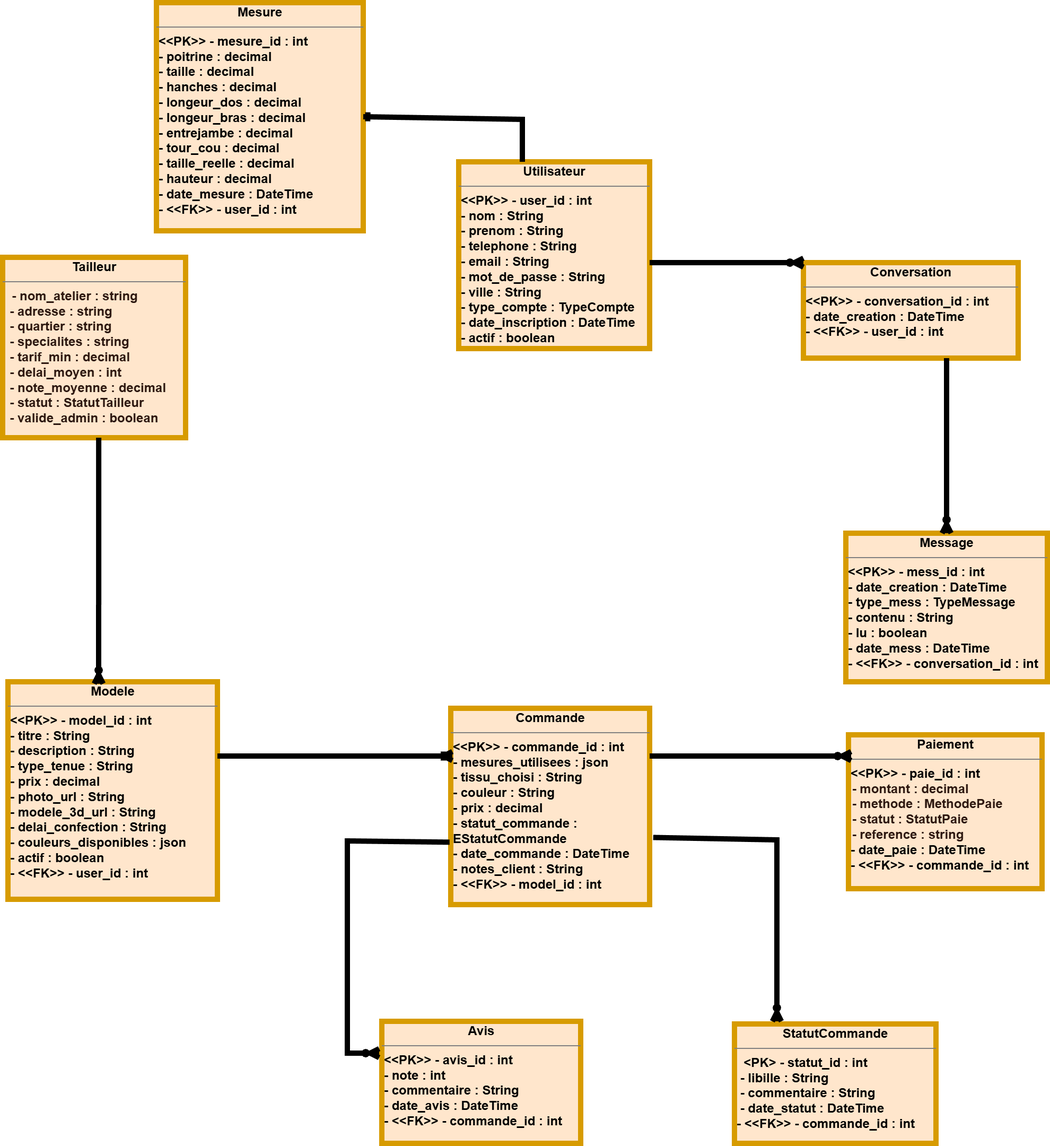
Before: Diagramme_bd.png, a diagram exported from draw.io (Kim-SypherX/Soutenance). Source tidied: cells renumbered, new cells last; positions are measured from the earlier drawing's top-left corner, leaving out a move shared by most shapes.
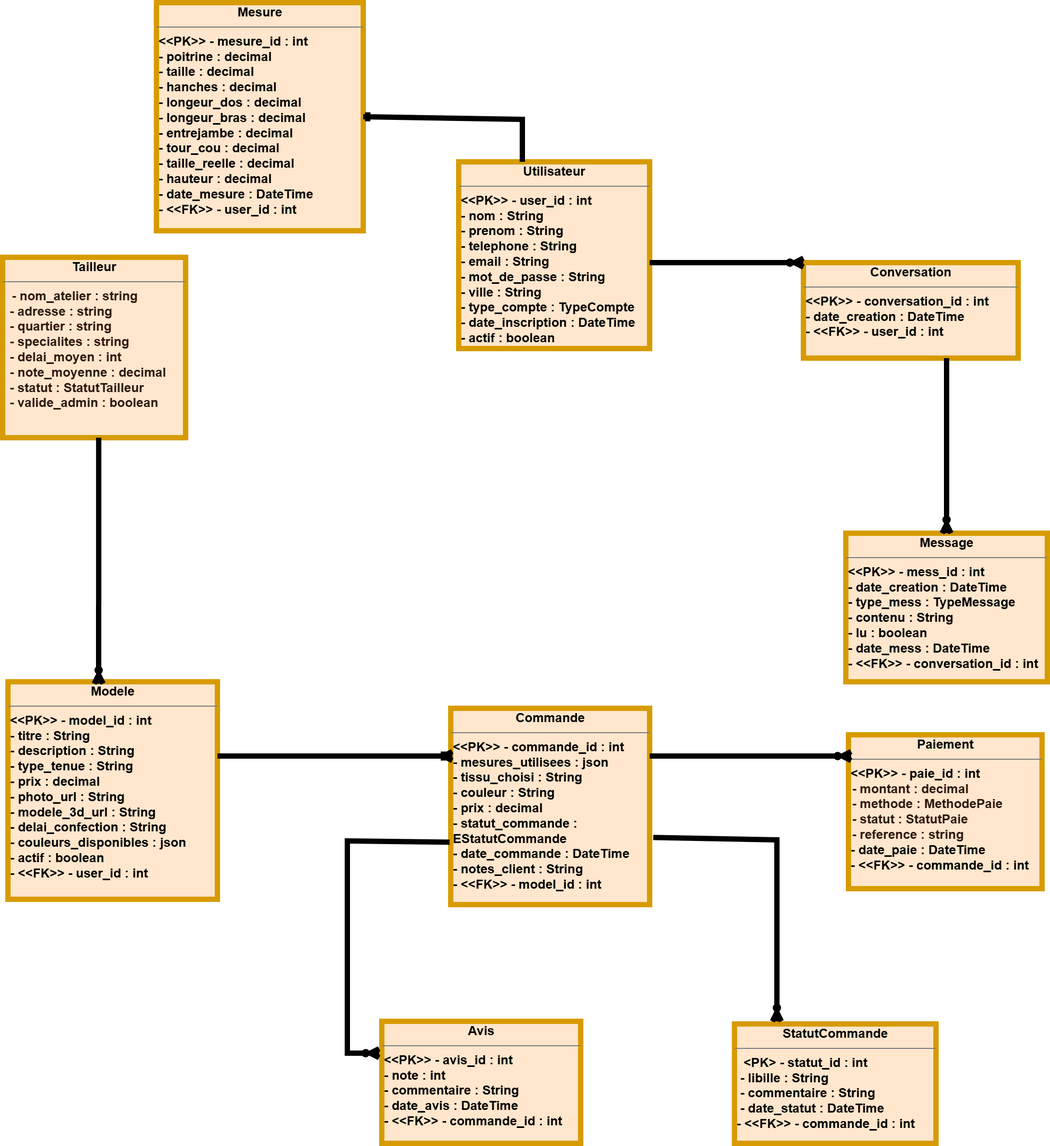
Above is the later version.

What changed in the source:
```diff
@@ -5,7 +5,7 @@
     <mxCell id="2" value="&lt;p style=&quot;margin:0px;margin-top:4px;text-align:center;&quot;&gt;&lt;span&gt;&lt;font&gt;Utilisateur&lt;/font&gt;&lt;/span&gt;&lt;/p&gt;&lt;hr style=&quot;border-style:solid;&quot;&gt;&lt;p style=&quot;margin:0px;margin-left:4px;&quot;&gt;&lt;font&gt;&lt;span&gt;&amp;lt;&amp;lt;PK&amp;gt;&amp;gt; - user_id : int&lt;/span&gt;&lt;/font&gt;&lt;/p&gt;&lt;p style=&quot;margin:0px;margin-left:4px;&quot;&gt;&lt;font&gt;&lt;span&gt;- nom : String&lt;/span&gt;&lt;/font&gt;&lt;/p&gt;&lt;p style=&quot;margin:0px;margin-left:4px;&quot;&gt;&lt;font&gt;&lt;span&gt;- prenom : String&lt;/span&gt;&lt;/font&gt;&lt;/p&gt;&lt;p style=&quot;margin:0px;margin-left:4px;&quot;&gt;&lt;font&gt;&lt;span&gt;- telephone : String&lt;/span&gt;&lt;/font&gt;&lt;/p&gt;&lt;p style=&quot;margin:0px;margin-left:4px;&quot;&gt;&lt;font&gt;&lt;span&gt;- email : String&lt;/span&gt;&lt;/font&gt;&lt;/p&gt;&lt;p style=&quot;margin:0px;margin-left:4px;&quot;&gt;&lt;font&gt;&lt;span&gt;- mot_de_passe : String&lt;/span&gt;&lt;/font&gt;&lt;/p&gt;&lt;p style=&quot;margin:0px;margin-left:4px;&quot;&gt;&lt;font&gt;&lt;span&gt;- ville : String&lt;/span&gt;&lt;/font&gt;&lt;/p&gt;&lt;p style=&quot;margin:0px;margin-left:4px;&quot;&gt;&lt;font&gt;&lt;span&gt;- type_compte : TypeCompte&lt;/span&gt;&lt;/font&gt;&lt;/p&gt;&lt;p style=&quot;margin:0px;margin-left:4px;&quot;&gt;&lt;font&gt;&lt;span&gt;- date_inscription : DateTime&lt;/span&gt;&lt;/font&gt;&lt;/p&gt;&lt;p style=&quot;margin:0px;margin-left:4px;&quot;&gt;&lt;font&gt;&lt;span&gt;- actif : boolean&lt;/span&gt;&lt;/font&gt;&lt;/p&gt;&lt;p style=&quot;margin:0px;margin-left:4px;&quot;&gt;&lt;br&gt;&lt;/p&gt;&lt;p style=&quot;margin:0px;margin-left:4px;&quot;&gt;&lt;font&gt;&lt;span&gt;&lt;br&gt;&lt;/span&gt;&lt;/font&gt;&lt;/p&gt;&lt;p style=&quot;margin:0px;margin-left:4px;&quot;&gt;&lt;br&gt;&lt;/p&gt;" style="verticalAlign=top;align=left;overflow=fill;html=1;whiteSpace=wrap;fillColor=#ffe6cc;strokeColor=#d79b00;fontSize=24;fontStyle=1;strokeWidth=10;" parent="1" vertex="1">
       <mxGeometry x="860" y="300" width="360" height="352" as="geometry" />
     </mxCell>
-    <mxCell id="3" value="&lt;p style=&quot;margin:0px;margin-top:4px;text-align:center;&quot;&gt;&lt;font&gt;&lt;span&gt;Tailleur&lt;/span&gt;&lt;/font&gt;&lt;/p&gt;&lt;hr style=&quot;border-style:solid;&quot;&gt;&lt;p style=&quot;margin:0px;margin-left:4px;&quot;&gt;&lt;span style=&quot;color: rgb(45, 24, 16); text-wrap-mode: nowrap; background-color: transparent;&quot;&gt;&lt;font&gt;&lt;span&gt;&amp;nbsp; - nom_atelier : string&lt;/span&gt;&lt;/font&gt;&lt;/span&gt;&lt;/p&gt;&lt;div&gt;&lt;div xmlns=&quot;http://www.w3.org/1999/xhtml&quot; style=&quot;margin: 0px; padding: 0px; box-sizing: border-box; display: inline-block; white-space: nowrap;&quot;&gt;&lt;span class=&quot;nodeLabel&quot; style=&quot;margin: 0px; padding: 0px; box-sizing: border-box; color: rgb(45, 24, 16);&quot;&gt;&lt;font&gt;&lt;span&gt;&amp;nbsp; - adresse : string&lt;/span&gt;&lt;/font&gt;&lt;/span&gt;&lt;/div&gt;&lt;/div&gt;&lt;div&gt;&lt;div xmlns=&quot;http://www.w3.org/1999/xhtml&quot; style=&quot;margin: 0px; padding: 0px; box-sizing: border-box; display: inline-block; white-space: nowrap;&quot;&gt;&lt;span class=&quot;nodeLabel&quot; style=&quot;margin: 0px; padding: 0px; box-sizing: border-box; color: rgb(45, 24, 16);&quot;&gt;&lt;font&gt;&lt;span&gt;&amp;nbsp; - quartier : string&lt;/span&gt;&lt;/font&gt;&lt;/span&gt;&lt;/div&gt;&lt;/div&gt;&lt;div&gt;&lt;div xmlns=&quot;http://www.w3.org/1999/xhtml&quot; style=&quot;margin: 0px; padding: 0px; box-sizing: border-box; display: inline-block; white-space: nowrap;&quot;&gt;&lt;span class=&quot;nodeLabel&quot; style=&quot;margin: 0px; padding: 0px; box-sizing: border-box; color: rgb(45, 24, 16);&quot;&gt;&lt;font&gt;&lt;span&gt;&amp;nbsp; - specialites : string&lt;/span&gt;&lt;/font&gt;&lt;/span&gt;&lt;/div&gt;&lt;/div&gt;&lt;div&gt;&lt;div xmlns=&quot;http://www.w3.org/1999/xhtml&quot; style=&quot;margin: 0px; padding: 0px; box-sizing: border-box; display: inline-block; white-space: nowrap;&quot;&gt;&lt;span class=&quot;nodeLabel&quot; style=&quot;margin: 0px; padding: 0px; box-sizing: border-box; color: rgb(45, 24, 16);&quot;&gt;&lt;font&gt;&lt;span&gt;&amp;nbsp; - tarif_min : decimal&lt;/span&gt;&lt;/font&gt;&lt;/span&gt;&lt;/div&gt;&lt;/div&gt;&lt;div&gt;&lt;div xmlns=&quot;http://www.w3.org/1999/xhtml&quot; style=&quot;margin: 0px; padding: 0px; box-sizing: border-box; display: inline-block; white-space: nowrap;&quot;&gt;&lt;span class=&quot;nodeLabel&quot; style=&quot;margin: 0px; padding: 0px; box-sizing: border-box; color: rgb(45, 24, 16);&quot;&gt;&lt;font&gt;&lt;span&gt;&amp;nbsp; - delai_moyen : int&lt;/span&gt;&lt;/font&gt;&lt;/span&gt;&lt;/div&gt;&lt;/div&gt;&lt;div&gt;&lt;div xmlns=&quot;http://www.w3.org/1999/xhtml&quot; style=&quot;margin: 0px; padding: 0px; box-sizing: border-box; display: inline-block; white-space: nowrap;&quot;&gt;&lt;span class=&quot;nodeLabel&quot; style=&quot;margin: 0px; padding: 0px; box-sizing: border-box; color: rgb(45, 24, 16);&quot;&gt;&lt;font&gt;&lt;span&gt;&amp;nbsp; - note_moyenne : decimal&lt;/span&gt;&lt;/font&gt;&lt;/span&gt;&lt;/div&gt;&lt;/div&gt;&lt;div&gt;&lt;div xmlns=&quot;http://www.w3.org/1999/xhtml&quot; style=&quot;margin: 0px; padding: 0px; box-sizing: border-box; display: inline-block; white-space: nowrap;&quot;&gt;&lt;span class=&quot;nodeLabel&quot; style=&quot;margin: 0px; padding: 0px; box-sizing: border-box; color: rgb(45, 24, 16);&quot;&gt;&lt;font&gt;&lt;span&gt;&amp;nbsp; - statut : StatutTailleur&lt;/span&gt;&lt;/font&gt;&lt;/span&gt;&lt;/div&gt;&lt;p style=&quot;margin:0px;margin-left:4px;&quot;&gt;&lt;/p&gt;&lt;div xmlns=&quot;http://www.w3.org/1999/xhtml&quot; style=&quot;margin: 0px; padding: 0px; box-sizing: border-box; display: inline-block; white-space: nowrap;&quot;&gt;&lt;span class=&quot;nodeLabel&quot; style=&quot;margin: 0px; padding: 0px; box-sizing: border-box; color: rgb(45, 24, 16);&quot;&gt;&lt;font&gt;&lt;span&gt;&amp;nbsp; - valide_admin : boolean&lt;/span&gt;&lt;/font&gt;&lt;/span&gt;&lt;/div&gt;&lt;p style=&quot;margin:0px;margin-left:4px;&quot;&gt;&lt;br&gt;&lt;/p&gt;&lt;/div&gt;" style="verticalAlign=top;align=left;overflow=fill;html=1;whiteSpace=wrap;fillColor=#ffe6cc;strokeColor=#d79b00;fontSize=24;fontStyle=1;strokeWidth=10;" parent="1" vertex="1">
+    <mxCell id="3" value="&lt;p style=&quot;margin:0px;margin-top:4px;text-align:center;&quot;&gt;&lt;font&gt;&lt;span&gt;Tailleur&lt;/span&gt;&lt;/font&gt;&lt;/p&gt;&lt;hr style=&quot;border-style:solid;&quot;&gt;&lt;p style=&quot;margin:0px;margin-left:4px;&quot;&gt;&lt;span style=&quot;color: rgb(45, 24, 16); text-wrap-mode: nowrap; background-color: transparent;&quot;&gt;&lt;font&gt;&lt;span&gt;&amp;nbsp; - nom_atelier : string&lt;/span&gt;&lt;/font&gt;&lt;/span&gt;&lt;/p&gt;&lt;div&gt;&lt;div xmlns=&quot;http://www.w3.org/1999/xhtml&quot; style=&quot;margin: 0px; padding: 0px; box-sizing: border-box; display: inline-block; white-space: nowrap;&quot;&gt;&lt;span class=&quot;nodeLabel&quot; style=&quot;margin: 0px; padding: 0px; box-sizing: border-box; color: rgb(45, 24, 16);&quot;&gt;&lt;font&gt;&lt;span&gt;&amp;nbsp; - adresse : string&lt;/span&gt;&lt;/font&gt;&lt;/span&gt;&lt;/div&gt;&lt;/div&gt;&lt;div&gt;&lt;div xmlns=&quot;http://www.w3.org/1999/xhtml&quot; style=&quot;margin: 0px; padding: 0px; box-sizing: border-box; display: inline-block; white-space: nowrap;&quot;&gt;&lt;span class=&quot;nodeLabel&quot; style=&quot;margin: 0px; padding: 0px; box-sizing: border-box; color: rgb(45, 24, 16);&quot;&gt;&lt;font&gt;&lt;span&gt;&amp;nbsp; - quartier : string&lt;/span&gt;&lt;/font&gt;&lt;/span&gt;&lt;/div&gt;&lt;/div&gt;&lt;div&gt;&lt;div xmlns=&quot;http://www.w3.org/1999/xhtml&quot; style=&quot;margin: 0px; padding: 0px; box-sizing: border-box; display: inline-block; white-space: nowrap;&quot;&gt;&lt;span class=&quot;nodeLabel&quot; style=&quot;margin: 0px; padding: 0px; box-sizing: border-box; color: rgb(45, 24, 16);&quot;&gt;&lt;font&gt;&lt;span&gt;&amp;nbsp; - specialites : string&lt;/span&gt;&lt;/font&gt;&lt;/span&gt;&lt;/div&gt;&lt;/div&gt;&lt;div&gt;&lt;div xmlns=&quot;http://www.w3.org/1999/xhtml&quot; style=&quot;margin: 0px; padding: 0px; box-sizing: border-box; display: inline-block; white-space: nowrap;&quot;&gt;&lt;span class=&quot;nodeLabel&quot; style=&quot;margin: 0px; padding: 0px; box-sizing: border-box; color: rgb(45, 24, 16);&quot;&gt;&lt;font&gt;&lt;span&gt;&amp;nbsp; - delai_moyen : int&lt;/span&gt;&lt;/font&gt;&lt;/span&gt;&lt;/div&gt;&lt;/div&gt;&lt;div&gt;&lt;div xmlns=&quot;http://www.w3.org/1999/xhtml&quot; style=&quot;margin: 0px; padding: 0px; box-sizing: border-box; display: inline-block; white-space: nowrap;&quot;&gt;&lt;span class=&quot;nodeLabel&quot; style=&quot;margin: 0px; padding: 0px; box-sizing: border-box; color: rgb(45, 24, 16);&quot;&gt;&lt;font&gt;&lt;span&gt;&amp;nbsp; - note_moyenne : decimal&lt;/span&gt;&lt;/font&gt;&lt;/span&gt;&lt;/div&gt;&lt;/div&gt;&lt;div&gt;&lt;div xmlns=&quot;http://www.w3.org/1999/xhtml&quot; style=&quot;margin: 0px; padding: 0px; box-sizing: border-box; display: inline-block; white-space: nowrap;&quot;&gt;&lt;span class=&quot;nodeLabel&quot; style=&quot;margin: 0px; padding: 0px; box-sizing: border-box; color: rgb(45, 24, 16);&quot;&gt;&lt;font&gt;&lt;span&gt;&amp;nbsp; - statut : StatutTailleur&lt;/span&gt;&lt;/font&gt;&lt;/span&gt;&lt;/div&gt;&lt;p style=&quot;margin:0px;margin-left:4px;&quot;&gt;&lt;/p&gt;&lt;div xmlns=&quot;http://www.w3.org/1999/xhtml&quot; style=&quot;margin: 0px; padding: 0px; box-sizing: border-box; display: inline-block; white-space: nowrap;&quot;&gt;&lt;span class=&quot;nodeLabel&quot; style=&quot;margin: 0px; padding: 0px; box-sizing: border-box; color: rgb(45, 24, 16);&quot;&gt;&lt;font&gt;&lt;span&gt;&amp;nbsp; - valide_admin : boolean&lt;/span&gt;&lt;/font&gt;&lt;/span&gt;&lt;/div&gt;&lt;p style=&quot;margin:0px;margin-left:4px;&quot;&gt;&lt;br&gt;&lt;/p&gt;&lt;/div&gt;" style="verticalAlign=top;align=left;overflow=fill;html=1;whiteSpace=wrap;fillColor=#ffe6cc;strokeColor=#d79b00;fontSize=24;fontStyle=1;strokeWidth=10;" parent="1" vertex="1">
       <mxGeometry y="480" width="345" height="340" as="geometry" />
     </mxCell>
     <mxCell id="4" value="&lt;p style=&quot;margin:0px;margin-top:4px;text-align:center;&quot;&gt;&lt;span&gt;&lt;font&gt;Modele&lt;/font&gt;&lt;/span&gt;&lt;/p&gt;&lt;hr style=&quot;border-style:solid;&quot;&gt;&lt;p style=&quot;margin:0px;margin-left:4px;&quot;&gt;&lt;font&gt;&lt;span&gt;&amp;lt;&amp;lt;PK&amp;gt;&amp;gt; - model_id : int&lt;/span&gt;&lt;/font&gt;&lt;/p&gt;&lt;p style=&quot;margin:0px;margin-left:4px;&quot;&gt;&lt;font&gt;&lt;span&gt;- titre : String&lt;/span&gt;&lt;/font&gt;&lt;/p&gt;&lt;p style=&quot;margin:0px;margin-left:4px;&quot;&gt;&lt;font&gt;&lt;span&gt;- description : String&lt;/span&gt;&lt;/font&gt;&lt;/p&gt;&lt;p style=&quot;margin:0px;margin-left:4px;&quot;&gt;&lt;font&gt;&lt;span&gt;- type_tenue : String&lt;/span&gt;&lt;/font&gt;&lt;/p&gt;&lt;p style=&quot;margin:0px;margin-left:4px;&quot;&gt;&lt;font&gt;&lt;span&gt;- prix : decimal&lt;/span&gt;&lt;/font&gt;&lt;/p&gt;&lt;p style=&quot;margin:0px;margin-left:4px;&quot;&gt;&lt;font&gt;&lt;span&gt;- photo_url : String&lt;/span&gt;&lt;/font&gt;&lt;/p&gt;&lt;p style=&quot;margin:0px;margin-left:4px;&quot;&gt;&lt;font&gt;&lt;span&gt;- modele_3d_url : String&lt;/span&gt;&lt;/font&gt;&lt;/p&gt;&lt;p style=&quot;margin:0px;margin-left:4px;&quot;&gt;&lt;font&gt;&lt;span&gt;- delai_confection : String&lt;/span&gt;&lt;/font&gt;&lt;/p&gt;&lt;p style=&quot;margin:0px;margin-left:4px;&quot;&gt;&lt;font&gt;&lt;span&gt;- couleurs_disponibles : json&lt;/span&gt;&lt;/font&gt;&lt;/p&gt;&lt;p style=&quot;margin:0px;margin-left:4px;&quot;&gt;&lt;font&gt;&lt;span&gt;- actif : boolean&lt;/span&gt;&lt;/font&gt;&lt;/p&gt;&lt;p style=&quot;margin:0px;margin-left:4px;&quot;&gt;&lt;font&gt;- &amp;lt;&amp;lt;FK&amp;gt;&amp;gt; - user_id : int&lt;span&gt;&lt;/span&gt;&lt;/font&gt;&lt;/p&gt;&lt;p style=&quot;margin:0px;margin-left:4px;&quot;&gt;&lt;br&gt;&lt;/p&gt;&lt;p style=&quot;margin:0px;margin-left:4px;&quot;&gt;&lt;br&gt;&lt;/p&gt;" style="verticalAlign=top;align=left;overflow=fill;html=1;whiteSpace=wrap;fillColor=#ffe6cc;strokeColor=#d79b00;fontSize=24;fontStyle=1;strokeWidth=10;" parent="1" vertex="1">
```
